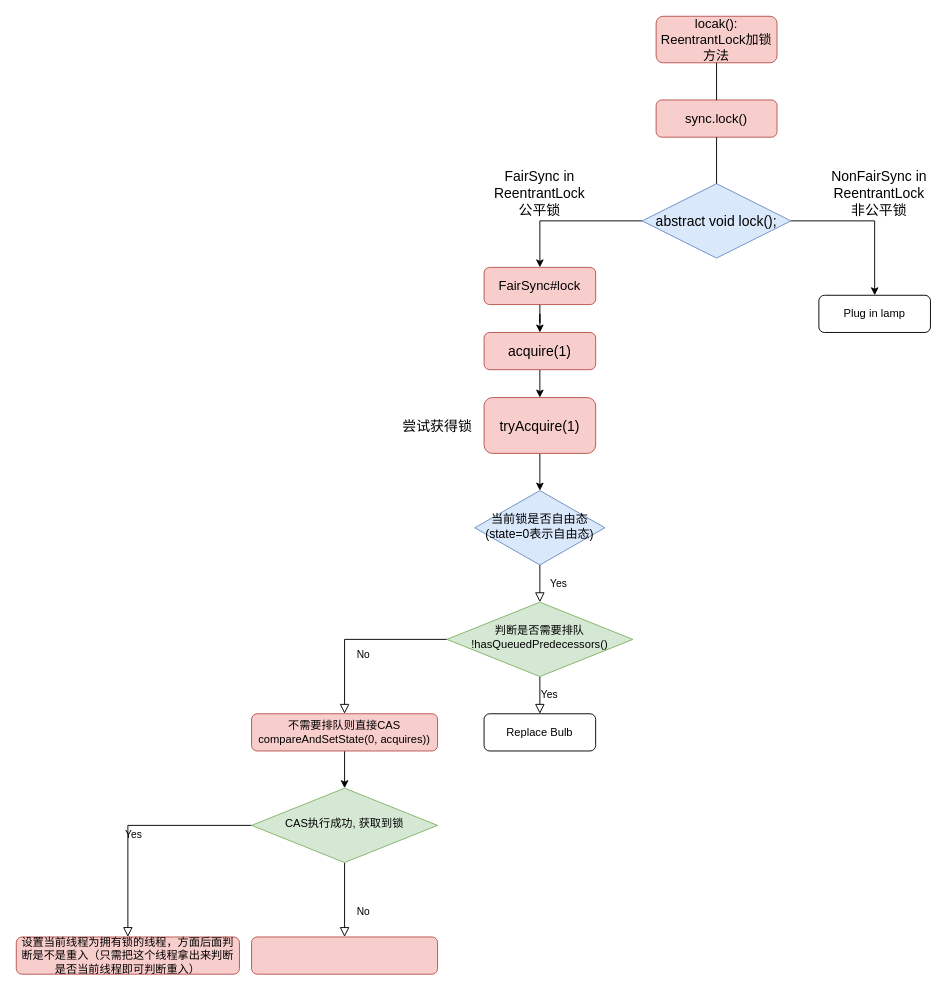
gitzsl17/draw keeps this draw.io diagram as logicDiagram/Untitled Diagram.drawio. Above is the earlier version. Source tidied: cells renumbered, new cells numbered last; positions are measured from the earlier drawing's top-left corner, leaving out a move shared by most shapes. Both pictures are drawn from the tidied source at 93%, with x=0, y=0 at pixel (16, 16).
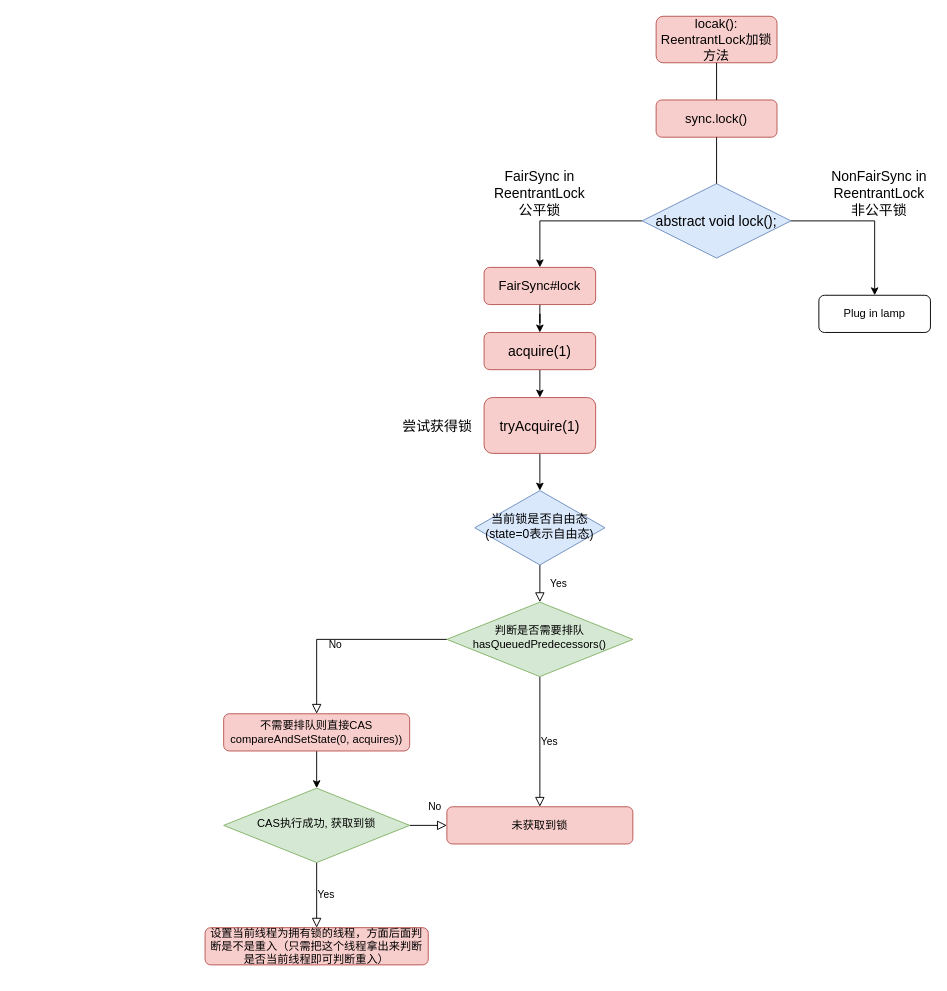
Above is the later version.

What changed in the source:
```diff
@@
-    <mxCell id="5" value="No" style="rounded=0;html=1;jettySize=auto;fontSize=11;endArrow=block;endFill=0;endSize=8;strokeWidth=1;shadow=0;labelBackgroundColor=none;edgeStyle=orthogonalEdgeStyle;" parent="1" edge="1" source="7" target="9">
+    <mxCell id="5" value="No" style="rounded=0;html=1;jettySize=auto;fontSize=11;endArrow=block;endFill=0;endSize=8;strokeWidth=1;shadow=0;labelBackgroundColor=none;edgeStyle=orthogonalEdgeStyle;exitX=0;exitY=0.5;exitDx=0;exitDy=0;" parent="1" edge="1" source="7" target="9">
       <mxGeometry x="0.33" y="20" relative="1" as="geometry" />
     </mxCell>
-    <mxCell id="6" value="Yes" style="edgeStyle=orthogonalEdgeStyle;rounded=0;html=1;jettySize=auto;fontSize=11;endArrow=block;endFill=0;endSize=8;strokeWidth=1;shadow=0;labelBackgroundColor=none;" parent="1" edge="1" source="7" target="10">
+    <mxCell id="6" value="Yes" style="edgeStyle=orthogonalEdgeStyle;rounded=0;html=1;jettySize=auto;fontSize=11;endArrow=block;endFill=0;endSize=8;strokeWidth=1;shadow=0;labelBackgroundColor=none;entryX=0.5;entryY=0;entryDx=0;entryDy=0;" parent="1" edge="1" source="7" target="30">
       <mxGeometry y="10" relative="1" as="geometry" />
     </mxCell>
-    <mxCell id="7" value="判断是否需要排队&lt;br&gt;!hasQueuedPredecessors()" style="rhombus;whiteSpace=wrap;html=1;shadow=0;fontFamily=Helvetica;fontSize=12;align=center;strokeWidth=1;spacing=6;spacingTop=-4;fillColor=#d5e8d4;strokeColor=#82b366;" parent="1" vertex="1">
+    <mxCell id="7" value="判断是否需要排队&lt;br&gt;hasQueuedPredecessors()" style="rhombus;whiteSpace=wrap;html=1;shadow=0;fontFamily=Helvetica;fontSize=12;align=center;strokeWidth=1;spacing=6;spacingTop=-4;fillColor=#d5e8d4;strokeColor=#82b366;" parent="1" vertex="1">
       <mxGeometry x="463" y="630" width="200" height="80" as="geometry" />
     </mxCell>
@@
     <mxCell id="9" value="不需要排队则直接CAS&lt;br style=&quot;font-size: 12px;&quot;&gt;compareAndSetState(0, acquires))" style="rounded=1;whiteSpace=wrap;html=1;fontSize=12;glass=0;strokeWidth=1;shadow=0;fillColor=#f8cecc;strokeColor=#b85450;" parent="1" vertex="1">
-      <mxGeometry x="253" y="750" width="200" height="40" as="geometry" />
+      <mxGeometry x="223" y="750" width="200" height="40" as="geometry" />
     </mxCell>
-    <mxCell id="10" value="Replace Bulb" style="rounded=1;whiteSpace=wrap;html=1;fontSize=12;glass=0;strokeWidth=1;shadow=0;" parent="1" vertex="1">
-      <mxGeometry x="503" y="750" width="120" height="40" as="geometry" />
-    </mxCell>
@@
     <mxCell id="29" value="CAS执行成功, 获取到锁" style="rhombus;whiteSpace=wrap;html=1;shadow=0;fontFamily=Helvetica;fontSize=12;align=center;strokeWidth=1;spacing=6;spacingTop=-4;fillColor=#d5e8d4;strokeColor=#82b366;" parent="1" vertex="1">
-      <mxGeometry x="253" y="830" width="200" height="80" as="geometry" />
+      <mxGeometry x="223" y="830" width="200" height="80" as="geometry" />
     </mxCell>
-    <mxCell id="30" style="rounded=1;whiteSpace=wrap;html=1;fontSize=12;glass=0;strokeWidth=1;shadow=0;fillColor=#f8cecc;strokeColor=#b85450;" parent="1" vertex="1">
-      <mxGeometry x="253" y="990" width="200" height="40" as="geometry" />
+    <mxCell id="30" value="未获取到锁" style="rounded=1;whiteSpace=wrap;html=1;fontSize=12;glass=0;strokeWidth=1;shadow=0;fillColor=#f8cecc;strokeColor=#b85450;" parent="1" vertex="1">
+      <mxGeometry x="463" y="850" width="200" height="40" as="geometry" />
     </mxCell>
     <mxCell id="31" value="设置当前线程为拥有锁的线程，方面后面判断是不是重入（只需把这个线程拿出来判断是否当前线程即可判断重入）" style="rounded=1;whiteSpace=wrap;html=1;fontSize=12;glass=0;strokeWidth=1;shadow=0;fillColor=#f8cecc;strokeColor=#b85450;" parent="1" vertex="1">
-      <mxGeometry y="990" width="240" height="40" as="geometry" />
+      <mxGeometry x="203" y="980" width="240" height="40" as="geometry" />
     </mxCell>
```
